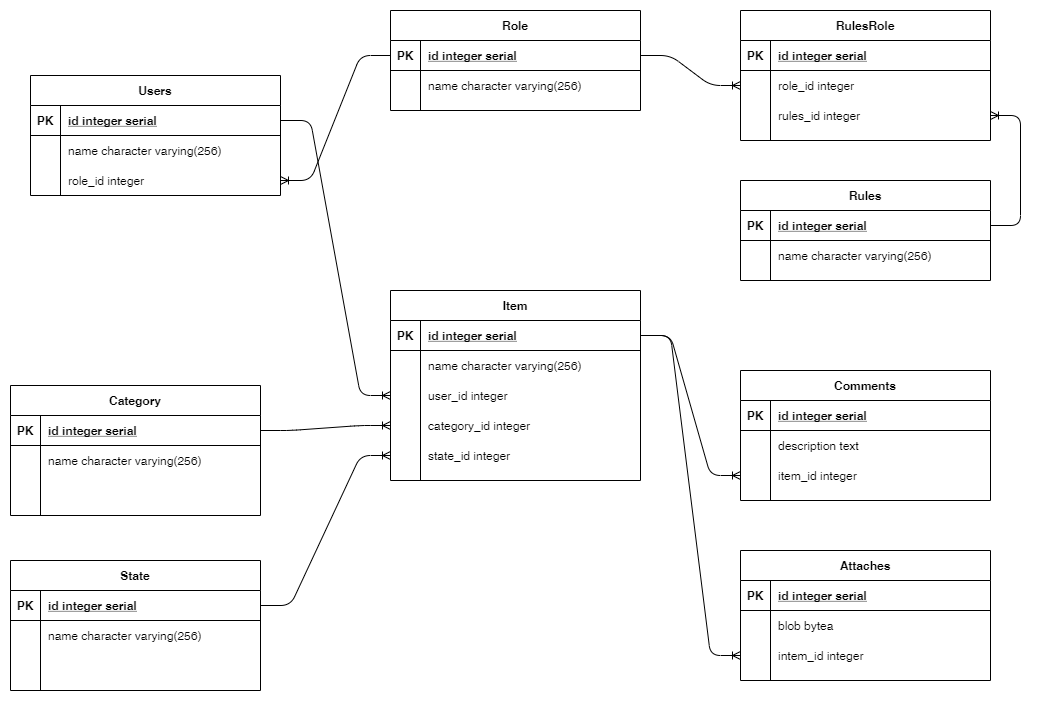
The draw.io diagram entities diagram.png in c0dered273/job4j_design, before a commit. Source tidied: cells renumbered, new cells last; positions are measured from the earlier drawing's top-left corner, leaving out a move shared by most shapes.
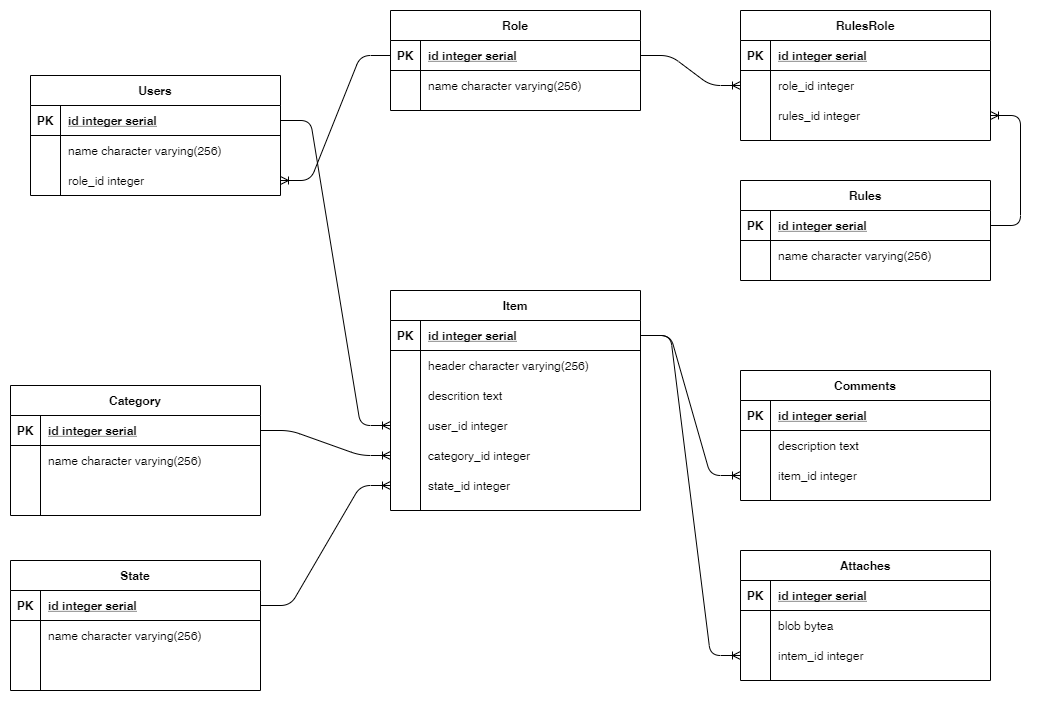
The same file after the commit.

Commit message:
entity diagram

Change to the diagram source:
```diff
@@ -117,7 +117,7 @@
       <mxGeometry x="30" width="220" height="30" as="geometry" />
     </mxCell>
     <mxCell id="40" value="Item" style="shape=table;startSize=30;rowLines=0;fontStyle=1;align=center;" parent="1" vertex="1">
-      <mxGeometry x="380" y="280" width="250" height="190" as="geometry" />
+      <mxGeometry x="380" y="280" width="250" height="220" as="geometry" />
     </mxCell>
     <mxCell id="41" style="shape=partialRectangle;fillColor=none;points=[[0,0.5],[1,0.5]];portConstraint=eastwest;top=0;left=0;right=0;bottom=1;" parent="40" vertex="1">
       <mxGeometry y="30" width="250" height="30" as="geometry" />
@@ -134,11 +134,20 @@
     <mxCell id="45" style="shape=partialRectangle;overflow=hidden;fillColor=none;top=0;left=0;bottom=0;right=0;" parent="44" vertex="1">
       <mxGeometry width="30" height="30" as="geometry" />
     </mxCell>
-    <mxCell id="46" value="name character varying(256)" style="shape=partialRectangle;overflow=hidden;fillColor=none;top=0;left=0;bottom=0;right=0;align=left;spacingLeft=6;" parent="44" vertex="1">
+    <mxCell id="46" value="header character varying(256)" style="shape=partialRectangle;overflow=hidden;fillColor=none;top=0;left=0;bottom=0;right=0;align=left;spacingLeft=6;" parent="44" vertex="1">
       <mxGeometry x="30" width="220" height="30" as="geometry" />
     </mxCell>
+    <mxCell id="100" style="shape=partialRectangle;fillColor=none;top=0;left=0;right=0;bottom=0;" parent="40" vertex="1">
+      <mxGeometry y="90" width="250" height="30" as="geometry" />
+    </mxCell>
+    <mxCell id="101" style="shape=partialRectangle;overflow=hidden;fillColor=none;top=0;left=0;bottom=0;right=0;" parent="100" vertex="1">
+      <mxGeometry width="30" height="30" as="geometry" />
+    </mxCell>
+    <mxCell id="102" value="descrition text" style="shape=partialRectangle;overflow=hidden;fillColor=none;top=0;left=0;bottom=0;right=0;align=left;spacingLeft=6;" parent="100" vertex="1">
+      <mxGeometry x="30" width="220" height="30" as="geometry" />
+    </mxCell>
     <mxCell id="47" style="shape=partialRectangle;fillColor=none;points=[[0,0.5],[1,0.5]];portConstraint=eastwest;top=0;left=0;right=0;bottom=0;" parent="40" vertex="1">
-      <mxGeometry y="90" width="250" height="30" as="geometry" />
+      <mxGeometry y="120" width="250" height="30" as="geometry" />
     </mxCell>
     <mxCell id="48" style="shape=partialRectangle;overflow=hidden;fillColor=none;top=0;left=0;bottom=0;right=0;" parent="47" vertex="1">
       <mxGeometry width="30" height="30" as="geometry" />
@@ -147,7 +156,7 @@
       <mxGeometry x="30" width="220" height="30" as="geometry" />
     </mxCell>
     <mxCell id="50" style="shape=partialRectangle;fillColor=none;points=[[0,0.5],[1,0.5]];portConstraint=eastwest;top=0;left=0;right=0;bottom=0;" parent="40" vertex="1">
-      <mxGeometry y="120" width="250" height="30" as="geometry" />
+      <mxGeometry y="150" width="250" height="30" as="geometry" />
     </mxCell>
     <mxCell id="51" style="shape=partialRectangle;overflow=hidden;fillColor=none;top=0;left=0;bottom=0;right=0;" parent="50" vertex="1">
       <mxGeometry width="30" height="30" as="geometry" />
@@ -156,7 +165,7 @@
       <mxGeometry x="30" width="220" height="30" as="geometry" />
     </mxCell>
     <mxCell id="53" style="shape=partialRectangle;fillColor=none;points=[[0,0.5],[1,0.5]];portConstraint=eastwest;top=0;left=0;right=0;bottom=0;" parent="40" vertex="1">
-      <mxGeometry y="150" width="250" height="30" as="geometry" />
+      <mxGeometry y="180" width="250" height="30" as="geometry" />
     </mxCell>
     <mxCell id="54" style="shape=partialRectangle;overflow=hidden;fillColor=none;top=0;left=0;bottom=0;right=0;" parent="53" vertex="1">
       <mxGeometry width="30" height="30" as="geometry" />
```
